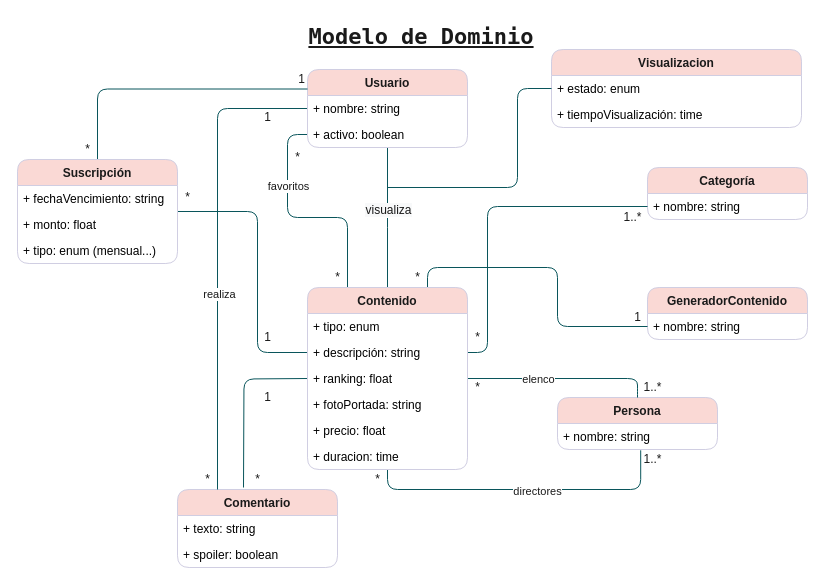
Before: page "Relacional" (1 of 2) of Modelo de dominio.drawio in rouslop/LabJAVA, a draw.io diagram. Source tidied: cells renumbered, new cells numbered last; positions are measured from the earlier drawing's top-left corner, leaving out a move shared by most shapes. Both pictures are drawn from the tidied source at 100%, with x=0, y=0 at pixel (17, 17).
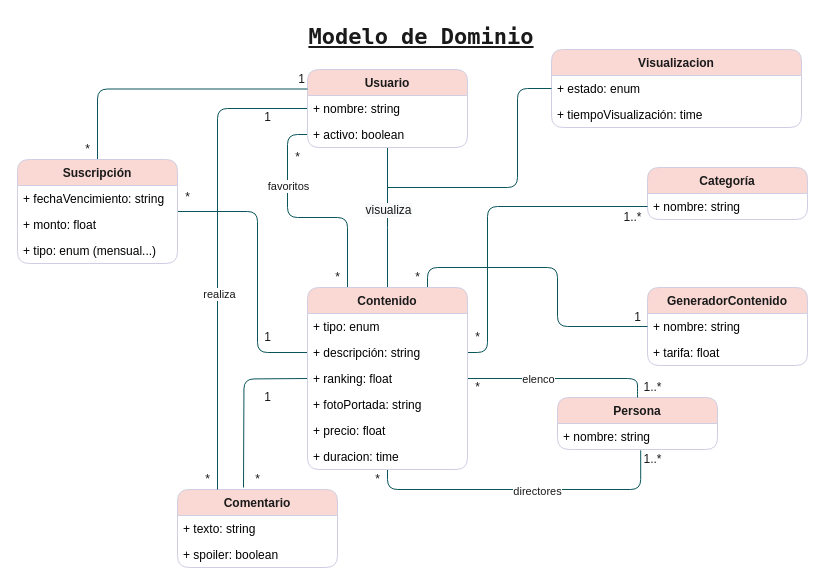
The same diagram, later.

The edit, as a diff of the source:
```diff
@@
     <mxCell id="5" value="GeneradorContenido" style="swimlane;fontStyle=1;align=center;verticalAlign=top;horizontal=1;startSize=26;sketch=0;fontColor=#1A1A1A;strokeColor=#D0CEE2;fillColor=#FAD9D5;rounded=1;" parent="1" vertex="1">
-      <mxGeometry x="630" y="270" width="160" height="52" as="geometry" />
+      <mxGeometry x="630" y="270" width="160" height="78" as="geometry" />
     </mxCell>
@@
+    <mxCell id="63" value="+ tarifa: float" style="text;strokeColor=none;fillColor=none;align=left;verticalAlign=top;spacingLeft=4;spacingRight=4;overflow=hidden;rounded=1;" parent="5" vertex="1">
+      <mxGeometry y="52" width="160" height="26" as="geometry" />
+    </mxCell>
```
